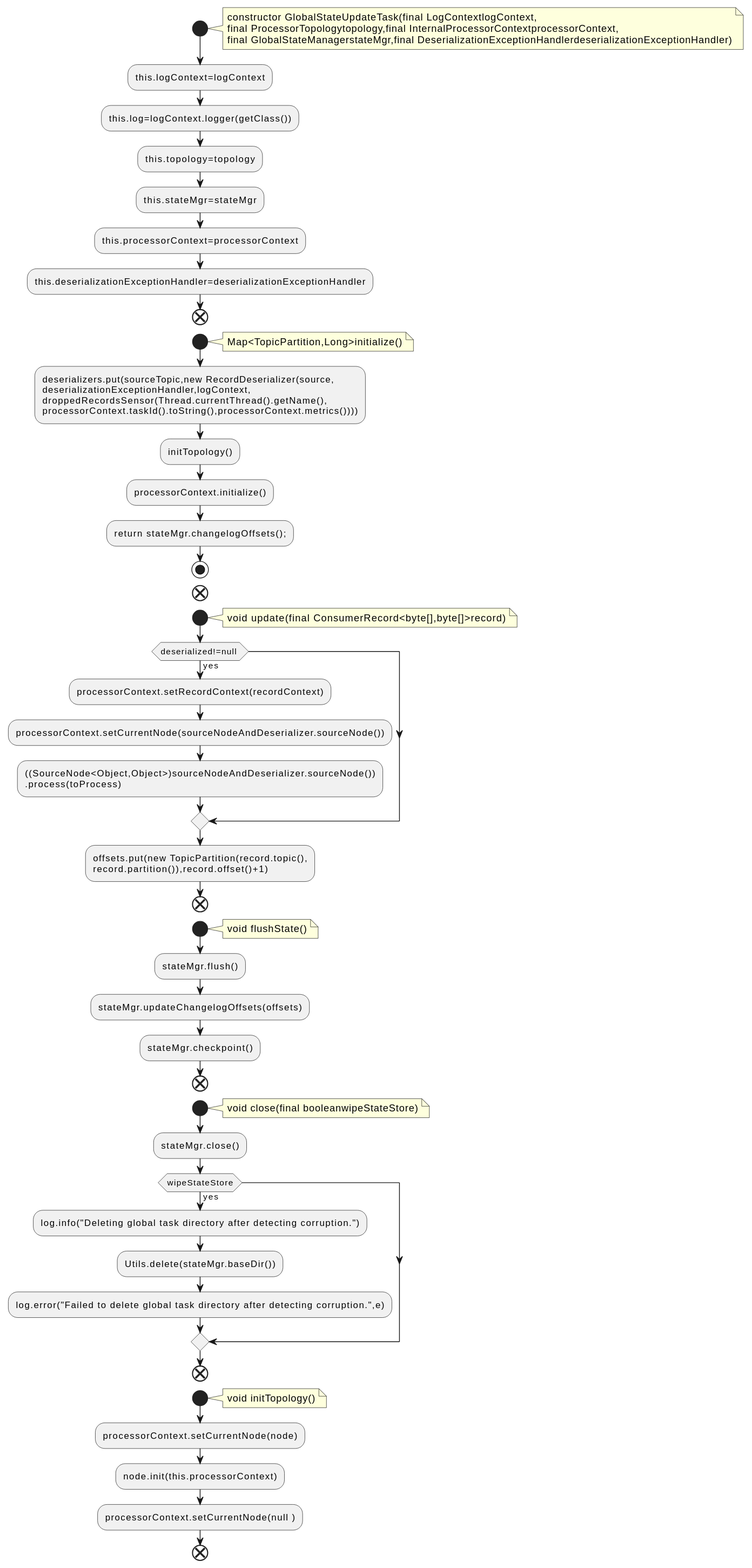
qualitesys/kafka keeps this PlantUML diagram as docs/qc/streams/src/main/java/org/apache/kafka/streams/processor/internals/GlobalStateUpdateTask.java.fct.svg. Above is the earlier version.
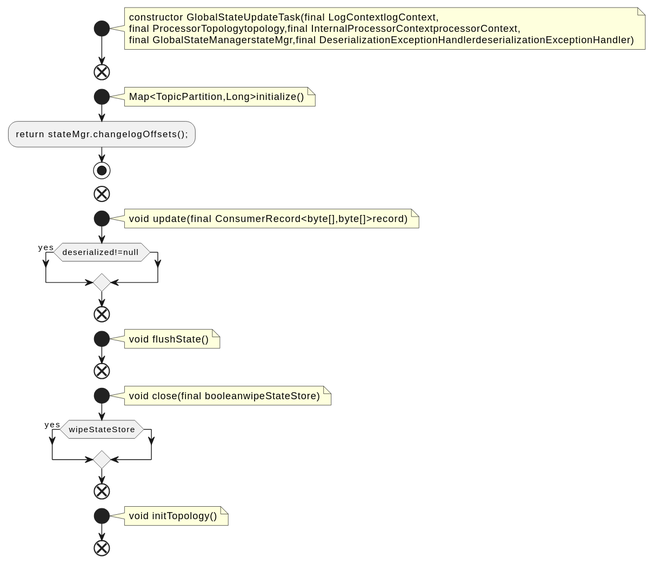
The same file after the commit.

Diff of the diagram source:
```diff
@@ -6,23 +6,11 @@
 final ProcessorTopologytopology,final InternalProcessorContextprocessorContext,
 final GlobalStateManagerstateMgr,final DeserializationExceptionHandlerdeserializationExceptionHandler)
 end note
-:this.logContext=logContext;
-:this.log=logContext.logger(getClass());
-:this.topology=topology;
-:this.stateMgr=stateMgr;
-:this.processorContext=processorContext;
-:this.deserializationExceptionHandler=deserializationExceptionHandler;
 end
 start
 note right
 Map<TopicPartition,Long>initialize()
 end note
-:deserializers.put(sourceTopic,new RecordDeserializer(source,
-deserializationExceptionHandler,logContext,
-droppedRecordsSensor(Thread.currentThread().getName(),
-processorContext.taskId().toString(),processorContext.metrics())));
-:initTopology();
-:processorContext.initialize();
 :return stateMgr.changelogOffsets();;
 stop
 end
@@ -31,39 +19,23 @@
 void update(final ConsumerRecord<byte[],byte[]>record)
 end note
 if (deserialized!=null ) then (yes)
-:processorContext.setRecordContext(recordContext);
-:processorContext.setCurrentNode(sourceNodeAndDeserializer.sourceNode());
-:((SourceNode<Object,Object>)sourceNodeAndDeserializer.sourceNode())
-.process(toProcess);
 endif
-:offsets.put(new TopicPartition(record.topic(),
-record.partition()),record.offset()+1);
 end
 start
 note right
 void flushState()
 end note
-:stateMgr.flush();
-:stateMgr.updateChangelogOffsets(offsets);
-:stateMgr.checkpoint();
 end
 start
 note right
 void close(final booleanwipeStateStore)
 end note
-:stateMgr.close();
 if (wipeStateStore) then (yes)
-:log.info("Deleting global task directory after detecting corruption.");
-:Utils.delete(stateMgr.baseDir());
-:log.error("Failed to delete global task directory after detecting corruption.",e);
 endif
 end
 start
 note right
 void initTopology()
 end note
-:processorContext.setCurrentNode(node);
-:node.init(this.processorContext);
-:processorContext.setCurrentNode(null );
 end
 @enduml
```
